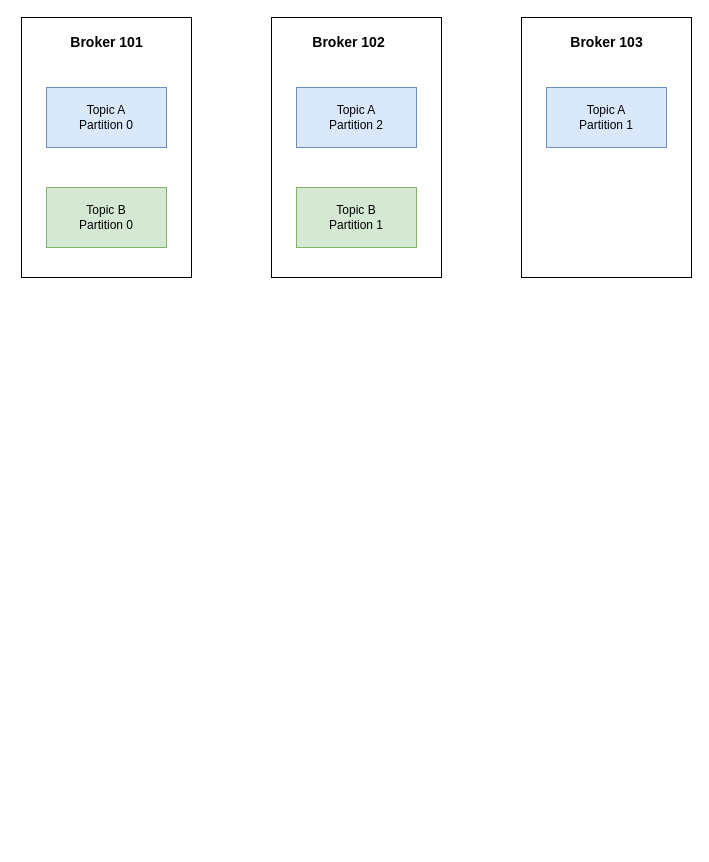
thh6282/draw-in-drawio keeps this draw.io diagram as kafka_broker.drawio. Above is the earlier version. Source tidied: cells renumbered, new cells numbered last; positions are measured from the earlier drawing's top-left corner, leaving out a move shared by most shapes. Both pictures are drawn from the tidied source at 100%, with x=0, y=0 at pixel (21, 17).
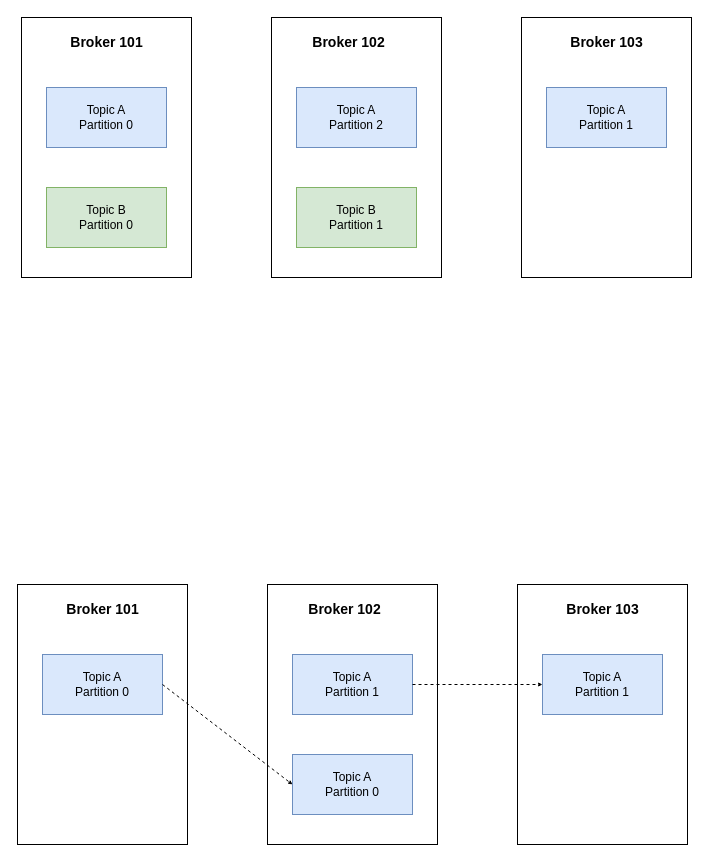
The same diagram, later.

What changed in the source:
```diff
@@
+    <mxCell id="13" style="rounded=0;whiteSpace=wrap;html=1;" parent="1" vertex="1">
+      <mxGeometry x="-4" y="567" width="170" height="260" as="geometry" />
+    </mxCell>
+    <mxCell id="14" style="rounded=0;whiteSpace=wrap;html=1;" parent="1" vertex="1">
+      <mxGeometry x="246" y="567" width="170" height="260" as="geometry" />
+    </mxCell>
+    <mxCell id="15" style="rounded=0;whiteSpace=wrap;html=1;" parent="1" vertex="1">
+      <mxGeometry x="496" y="567" width="170" height="260" as="geometry" />
+    </mxCell>
+    <mxCell id="16" value="Topic A&lt;br&gt;Partition 0" style="rounded=0;whiteSpace=wrap;html=1;fillColor=#dae8fc;strokeColor=#6c8ebf;" parent="1" vertex="1">
+      <mxGeometry x="21" y="637" width="120" height="60" as="geometry" />
+    </mxCell>
+    <mxCell id="17" value="Broker 101" style="text;html=1;align=center;verticalAlign=middle;whiteSpace=wrap;rounded=0;fontSize=14;fontStyle=1;" parent="1" vertex="1">
+      <mxGeometry x="33.5" y="577" width="95" height="30" as="geometry" />
+    </mxCell>
+    <mxCell id="18" value="Broker 102" style="text;html=1;align=center;verticalAlign=middle;whiteSpace=wrap;rounded=0;fontSize=14;fontStyle=1;" parent="1" vertex="1">
+      <mxGeometry x="276" y="577" width="95" height="30" as="geometry" />
+    </mxCell>
+    <mxCell id="19" value="Broker 103" style="text;html=1;align=center;verticalAlign=middle;whiteSpace=wrap;rounded=0;fontSize=14;fontStyle=1;" parent="1" vertex="1">
+      <mxGeometry x="533.5" y="577" width="95" height="30" as="geometry" />
+    </mxCell>
+    <mxCell id="20" value="&lt;span style=&quot;color: rgb(0, 0, 0); font-family: Helvetica; font-size: 12px; font-style: normal; font-variant-ligatures: normal; font-variant-caps: normal; font-weight: 400; letter-spacing: normal; orphans: 2; text-align: center; text-indent: 0px; text-transform: none; widows: 2; word-spacing: 0px; -webkit-text-stroke-width: 0px; white-space: normal; text-decoration-thickness: initial; text-decoration-style: initial; text-decoration-color: initial; float: none; display: inline !important;&quot;&gt;Topic A&lt;/span&gt;&lt;br style=&quot;forced-color-adjust: none; color: rgb(0, 0, 0); font-family: Helvetica; font-size: 12px; font-style: normal; font-variant-ligatures: normal; font-variant-caps: normal; font-weight: 400; letter-spacing: normal; orphans: 2; text-align: center; text-indent: 0px; text-transform: none; widows: 2; word-spacing: 0px; -webkit-text-stroke-width: 0px; white-space: normal; text-decoration-thickness: initial; text-decoration-style: initial; text-decoration-color: initial;&quot;&gt;&lt;span style=&quot;color: rgb(0, 0, 0); font-family: Helvetica; font-size: 12px; font-style: normal; font-variant-ligatures: normal; font-variant-caps: normal; font-weight: 400; letter-spacing: normal; orphans: 2; text-align: center; text-indent: 0px; text-transform: none; widows: 2; word-spacing: 0px; -webkit-text-stroke-width: 0px; white-space: normal; text-decoration-thickness: initial; text-decoration-style: initial; text-decoration-color: initial; float: none; display: inline !important;&quot;&gt;Partition 1&lt;/span&gt;" style="rounded=0;whiteSpace=wrap;html=1;fillColor=#dae8fc;strokeColor=#6c8ebf;" parent="1" vertex="1">
+      <mxGeometry x="521" y="637" width="120" height="60" as="geometry" />
+    </mxCell>
+    <mxCell id="21" value="&lt;span style=&quot;color: rgb(0, 0, 0); font-family: Helvetica; font-size: 12px; font-style: normal; font-variant-ligatures: normal; font-variant-caps: normal; font-weight: 400; letter-spacing: normal; orphans: 2; text-align: center; text-indent: 0px; text-transform: none; widows: 2; word-spacing: 0px; -webkit-text-stroke-width: 0px; white-space: normal; text-decoration-thickness: initial; text-decoration-style: initial; text-decoration-color: initial; float: none; display: inline !important;&quot;&gt;Topic A&lt;/span&gt;&lt;br style=&quot;forced-color-adjust: none; color: rgb(0, 0, 0); font-family: Helvetica; font-size: 12px; font-style: normal; font-variant-ligatures: normal; font-variant-caps: normal; font-weight: 400; letter-spacing: normal; orphans: 2; text-align: center; text-indent: 0px; text-transform: none; widows: 2; word-spacing: 0px; -webkit-text-stroke-width: 0px; white-space: normal; text-decoration-thickness: initial; text-decoration-style: initial; text-decoration-color: initial;&quot;&gt;&lt;span style=&quot;color: rgb(0, 0, 0); font-family: Helvetica; font-size: 12px; font-style: normal; font-variant-ligatures: normal; font-variant-caps: normal; font-weight: 400; letter-spacing: normal; orphans: 2; text-align: center; text-indent: 0px; text-transform: none; widows: 2; word-spacing: 0px; -webkit-text-stroke-width: 0px; white-space: normal; text-decoration-thickness: initial; text-decoration-style: initial; text-decoration-color: initial; float: none; display: inline !important;&quot;&gt;Partition 0&lt;/span&gt;" style="rounded=0;whiteSpace=wrap;html=1;fillColor=#dae8fc;strokeColor=#6c8ebf;" parent="1" vertex="1">
+      <mxGeometry x="271" y="737" width="120" height="60" as="geometry" />
+    </mxCell>
+    <mxCell id="22" value="&lt;span style=&quot;color: rgb(0, 0, 0); font-family: Helvetica; font-size: 12px; font-style: normal; font-variant-ligatures: normal; font-variant-caps: normal; font-weight: 400; letter-spacing: normal; orphans: 2; text-align: center; text-indent: 0px; text-transform: none; widows: 2; word-spacing: 0px; -webkit-text-stroke-width: 0px; white-space: normal; text-decoration-thickness: initial; text-decoration-style: initial; text-decoration-color: initial; float: none; display: inline !important;&quot;&gt;Topic A&lt;/span&gt;&lt;br style=&quot;forced-color-adjust: none; color: rgb(0, 0, 0); font-family: Helvetica; font-size: 12px; font-style: normal; font-variant-ligatures: normal; font-variant-caps: normal; font-weight: 400; letter-spacing: normal; orphans: 2; text-align: center; text-indent: 0px; text-transform: none; widows: 2; word-spacing: 0px; -webkit-text-stroke-width: 0px; white-space: normal; text-decoration-thickness: initial; text-decoration-style: initial; text-decoration-color: initial;&quot;&gt;&lt;span style=&quot;color: rgb(0, 0, 0); font-family: Helvetica; font-size: 12px; font-style: normal; font-variant-ligatures: normal; font-variant-caps: normal; font-weight: 400; letter-spacing: normal; orphans: 2; text-align: center; text-indent: 0px; text-transform: none; widows: 2; word-spacing: 0px; -webkit-text-stroke-width: 0px; white-space: normal; text-decoration-thickness: initial; text-decoration-style: initial; text-decoration-color: initial; float: none; display: inline !important;&quot;&gt;Partition 1&lt;/span&gt;" style="rounded=0;whiteSpace=wrap;html=1;fillColor=#dae8fc;strokeColor=#6c8ebf;" parent="1" vertex="1">
+      <mxGeometry x="271" y="637" width="120" height="60" as="geometry" />
+    </mxCell>
+    <mxCell id="23" style="endArrow=classic;html=1;rounded=0;exitX=1;exitY=0.5;exitDx=0;exitDy=0;entryX=0;entryY=0.5;entryDx=0;entryDy=0;dashed=1;endSize=2;" parent="1" edge="1" source="16" target="21">
+      <mxGeometry relative="1" as="geometry" />
+    </mxCell>
+    <mxCell id="24" style="endArrow=classic;html=1;rounded=0;exitX=1;exitY=0.5;exitDx=0;exitDy=0;dashed=1;endSize=2;" parent="1" edge="1" target="20">
+      <mxGeometry relative="1" as="geometry">
+        <mxPoint x="391" y="667" as="sourcePoint" />
+      </mxGeometry>
+    </mxCell>
```
